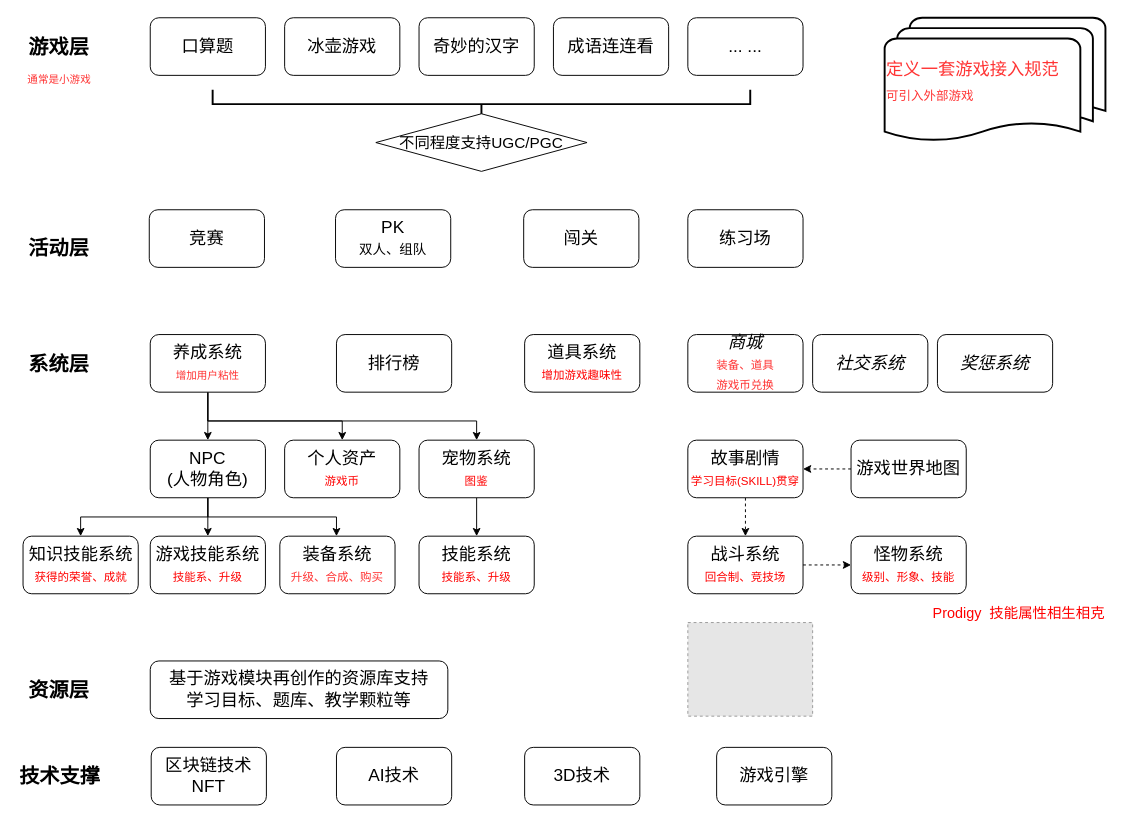
Before: page "游戏平台化" (1 of 2) of 游戏平台.drawio in TinlerLin/SmartClassroom, a draw.io diagram. Source tidied: cells renumbered, new cells numbered last; positions are measured from the earlier drawing's top-left corner, leaving out a move shared by most shapes. Both pictures are drawn from the tidied source at 96%, with x=0, y=0 at pixel (16, -165). Pictures stored in the file or linked from it are replaced by grey dashed boxes.
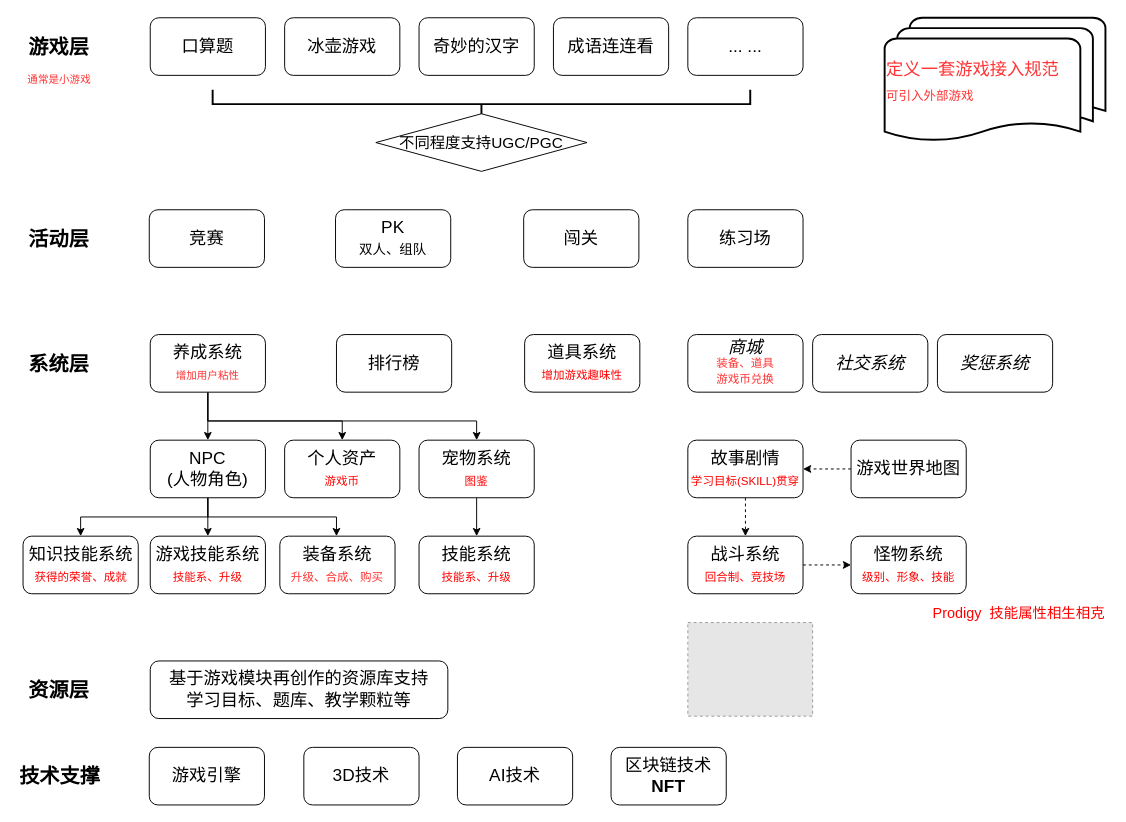
Above is the later version.

Commit message:
更新游戏平台.drawio

Diff of the diagram source:
```diff
@@
     <mxCell id="17" value="活动层" style="text;html=1;strokeColor=none;fillColor=none;align=center;verticalAlign=middle;whiteSpace=wrap;rounded=0;fontSize=21;fontStyle=1;" parent="1" vertex="1">
-      <mxGeometry x="9" y="420" width="70" height="20" as="geometry" />
+      <mxGeometry x="9" y="410" width="70" height="20" as="geometry" />
     </mxCell>
@@
-    <mxCell id="20" value="区块链技术&lt;br&gt;NFT" style="rounded=1;whiteSpace=wrap;html=1;fontSize=18;" parent="1" vertex="1">
-      <mxGeometry x="140" y="950" width="120" height="60" as="geometry" />
+    <mxCell id="20" value="区块链技术&lt;br&gt;&lt;b&gt;NFT&lt;/b&gt;" style="rounded=1;whiteSpace=wrap;html=1;fontSize=18;" parent="1" vertex="1">
+      <mxGeometry x="619" y="950" width="120" height="60" as="geometry" />
     </mxCell>
-    <mxCell id="21" value="商城&lt;br&gt;&lt;font style=&quot;font-size: 12px ; font-style: normal ; line-height: 120%&quot; color=&quot;#ff3333&quot;&gt;装备、道具&lt;br&gt;游戏币兑换&lt;/font&gt;" style="rounded=1;whiteSpace=wrap;html=1;fontSize=18;fontStyle=2;" parent="1" vertex="1">
+    <mxCell id="21" value="&lt;p style=&quot;line-height: 0.8;&quot;&gt;商城&lt;br&gt;&lt;font style=&quot;font-size: 12px ; font-style: normal ; line-height: 120%&quot; color=&quot;#ff3333&quot;&gt;装备、道具&lt;br&gt;游戏币兑换&lt;/font&gt;&lt;/p&gt;" style="rounded=1;whiteSpace=wrap;html=1;fontSize=18;fontStyle=2;" parent="1" vertex="1">
       <mxGeometry x="699" y="520" width="120" height="60" as="geometry" />
     </mxCell>
@@
     <mxCell id="28" value="AI技术" style="rounded=1;whiteSpace=wrap;html=1;fontSize=18;" parent="1" vertex="1">
-      <mxGeometry x="333" y="950" width="120" height="60" as="geometry" />
+      <mxGeometry x="459" y="950" width="120" height="60" as="geometry" />
     </mxCell>
@@
     <mxCell id="30" value="3D技术" style="rounded=1;whiteSpace=wrap;html=1;fontSize=18;" parent="1" vertex="1">
-      <mxGeometry x="529" y="950" width="120" height="60" as="geometry" />
+      <mxGeometry x="299" y="950" width="120" height="60" as="geometry" />
     </mxCell>
@@
     <mxCell id="42" value="游戏引擎" style="rounded=1;whiteSpace=wrap;html=1;fontSize=18;" parent="1" vertex="1">
-      <mxGeometry x="729" y="950" width="120" height="60" as="geometry" />
+      <mxGeometry x="138" y="950" width="120" height="60" as="geometry" />
     </mxCell>
```
